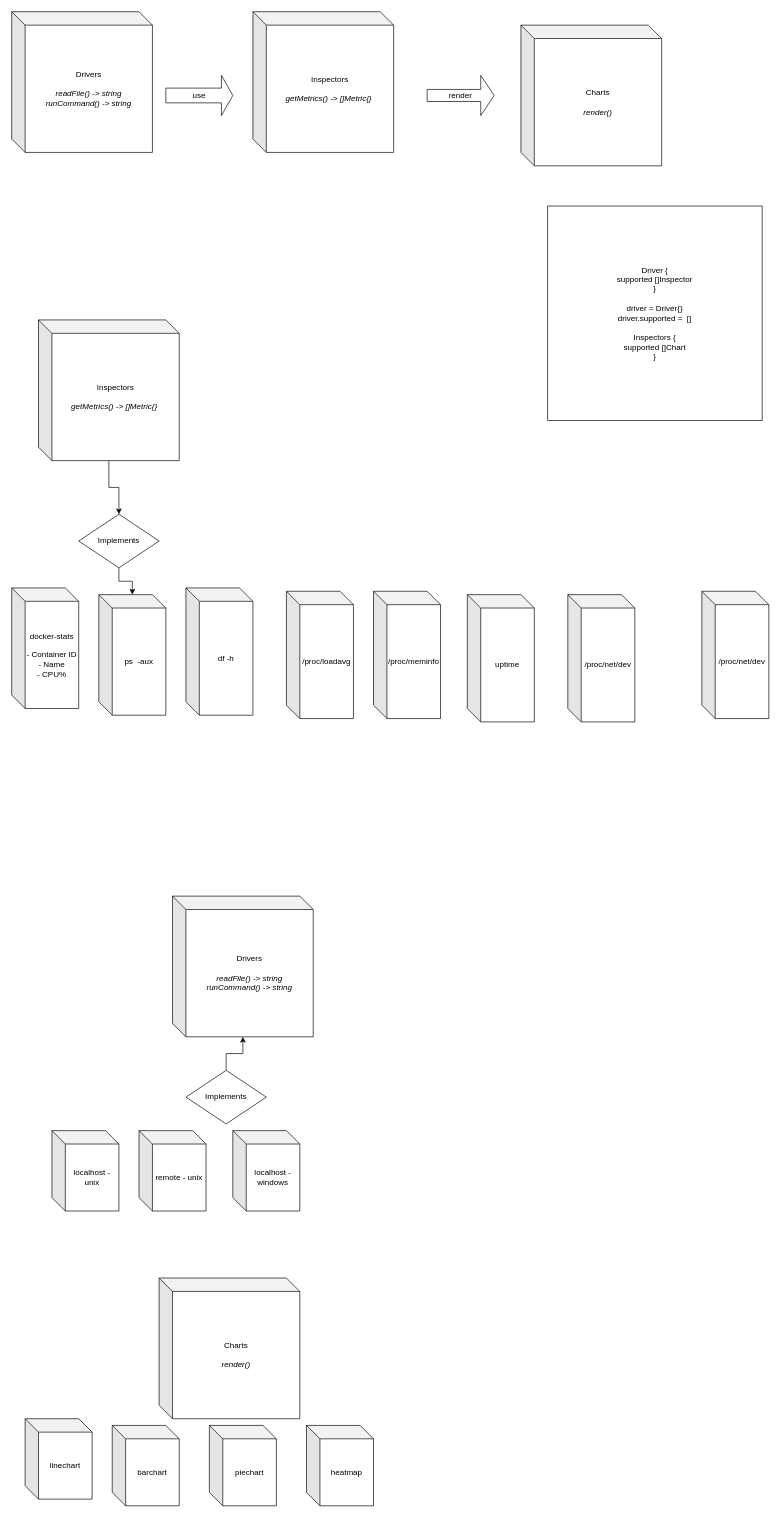
Above: yaad.drawio in bisohns/saido (draw.io), before the change. Source tidied: cells renumbered, new cells numbered last; positions are measured from the earlier drawing's top-left corner, leaving out a move shared by most shapes. Both pictures are drawn from the tidied source at 67%, with x=0, y=0 at pixel (11, 11).
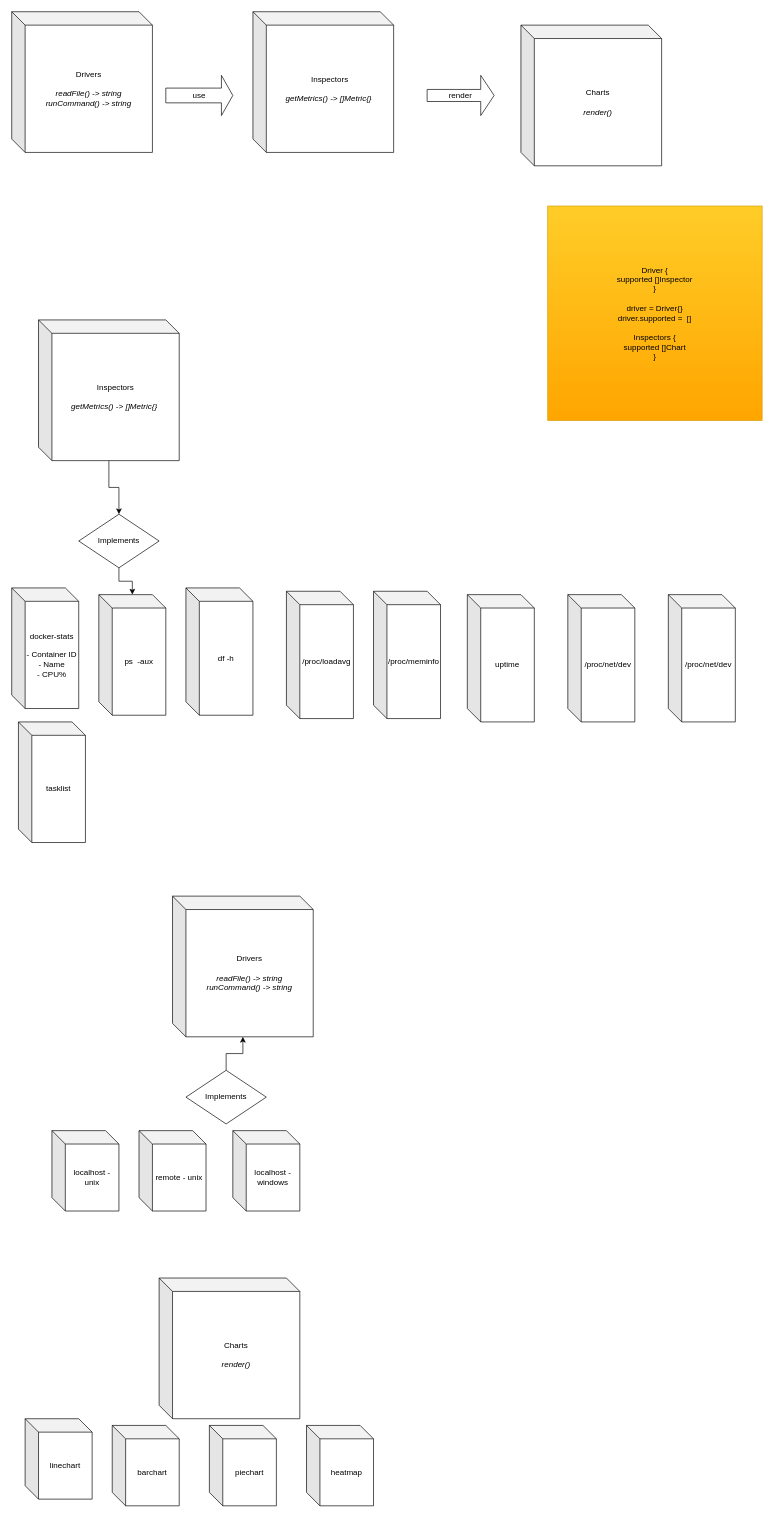
Above is the later version.

What changed in the source:
```diff
@@
     <mxCell id="13" value="/proc/net/dev" style="shape=cube;whiteSpace=wrap;html=1;boundedLbl=1;backgroundOutline=1;darkOpacity=0.05;darkOpacity2=0.1;" parent="1" vertex="1">
-      <mxGeometry x="1030" y="865" width="100" height="190" as="geometry" />
+      <mxGeometry x="980" y="870" width="100" height="190" as="geometry" />
     </mxCell>
@@
-    <mxCell id="30" value="Driver {&lt;br&gt;supported []Inspector&lt;br&gt;}&lt;br&gt;&lt;br&gt;driver = Driver{}&lt;br&gt;driver.supported =&amp;nbsp; []&lt;br&gt;&lt;br&gt;Inspectors {&lt;br&gt;supported []Chart&lt;br&gt;}" style="whiteSpace=wrap;html=1;" parent="1" vertex="1">
+    <mxCell id="30" value="Driver {&lt;br&gt;supported []Inspector&lt;br&gt;}&lt;br&gt;&lt;br&gt;driver = Driver{}&lt;br&gt;driver.supported =&amp;nbsp; []&lt;br&gt;&lt;br&gt;Inspectors {&lt;br&gt;supported []Chart&lt;br&gt;}" style="whiteSpace=wrap;html=1;gradientColor=#ffa500;fillColor=#ffcd28;strokeColor=#d79b00;" parent="1" vertex="1">
       <mxGeometry x="800" y="290" width="320" height="320" as="geometry" />
     </mxCell>
+    <mxCell id="31" value="tasklist" style="shape=cube;whiteSpace=wrap;html=1;boundedLbl=1;backgroundOutline=1;darkOpacity=0.05;darkOpacity2=0.1;" parent="1" vertex="1">
+      <mxGeometry x="10" y="1060" width="100" height="180" as="geometry" />
+    </mxCell>
```
